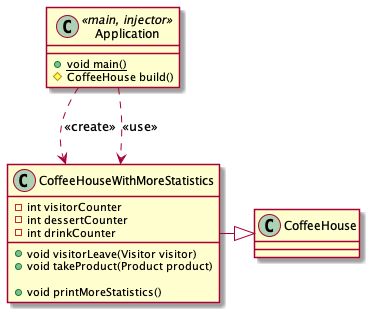
Above: docs/Class Diagrams/extension4/Extension4.png in aswejei/cafe_ppvis (PlantUML), before the change.
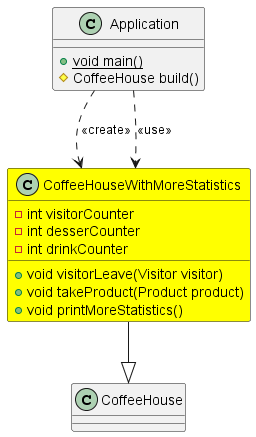
Above is the later version.

Change to the diagram source:
```diff
@@ -1,23 +1,17 @@
-@startuml ext4
-
-
-class Application <<main, injector>> {
+@startuml
+class Application {
     + {static} void main()
     # CoffeeHouse build()
 }
-
-class CoffeeHouseWithMoreStatistics {
+class CoffeeHouseWithMoreStatistics #Yellow{
     - int visitorCounter
-    - int dessertCounter
+    - int desserCounter
     - int drinkCounter
-
     + void visitorLeave(Visitor visitor)
     + void takeProduct(Product product)
-
     + void printMoreStatistics()
 }
-
-CoffeeHouseWithMoreStatistics -|> CoffeeHouse
-Application ..> CoffeeHouseWithMoreStatistics : <<create>>
-Application ..> CoffeeHouseWithMoreStatistics : <<use>>
+CoffeeHouseWithMoreStatistics --|> CoffeeHouse
+Application ..> CoffeeHouseWithMoreStatistics: <<create>>
+Application ..> CoffeeHouseWithMoreStatistics: <<use>>
 @enduml
```
